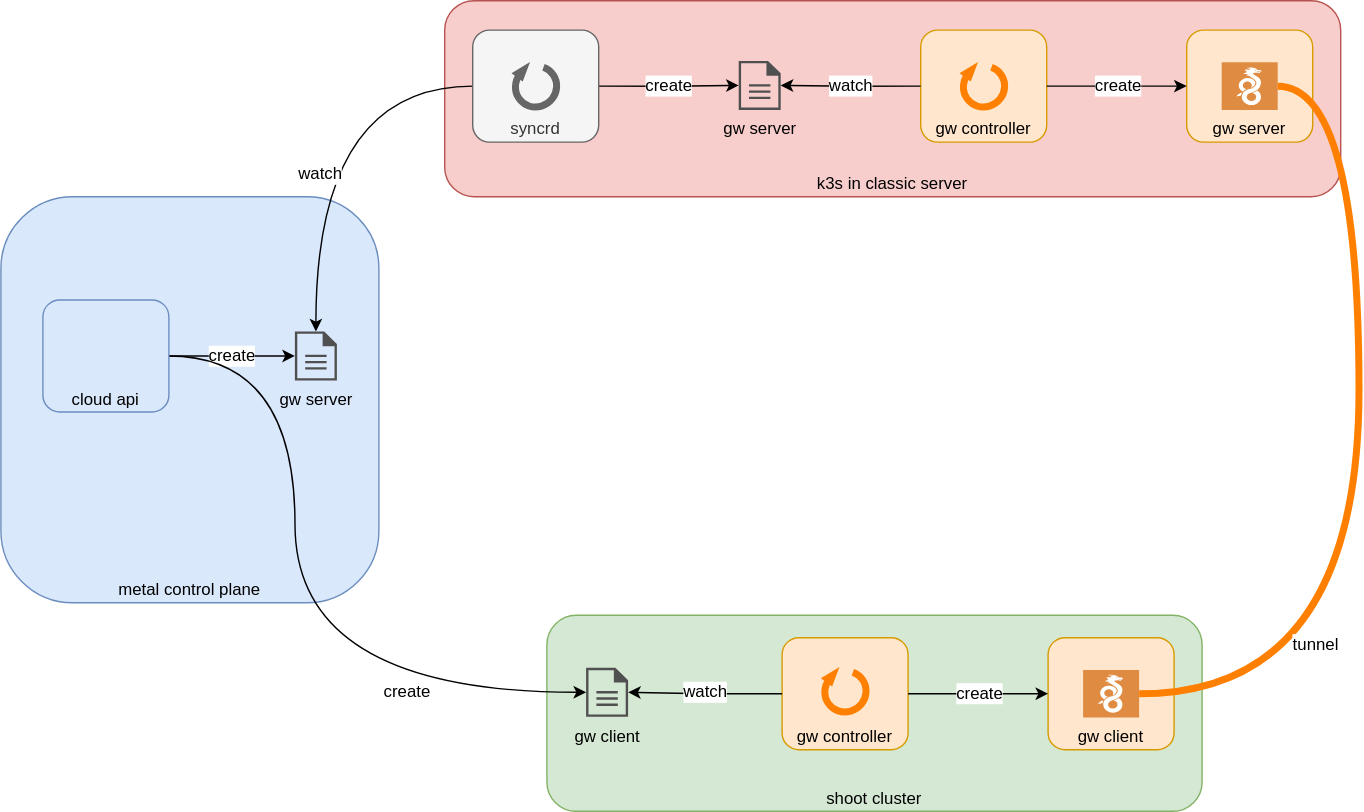
This is doc/gateway.drawio.svg from fi-ts/cloudctl, a draw.io export, as it was before one commit. Source tidied: cells renumbered, new cells last; positions are measured from the earlier drawing's top-left corner, leaving out a move shared by most shapes.
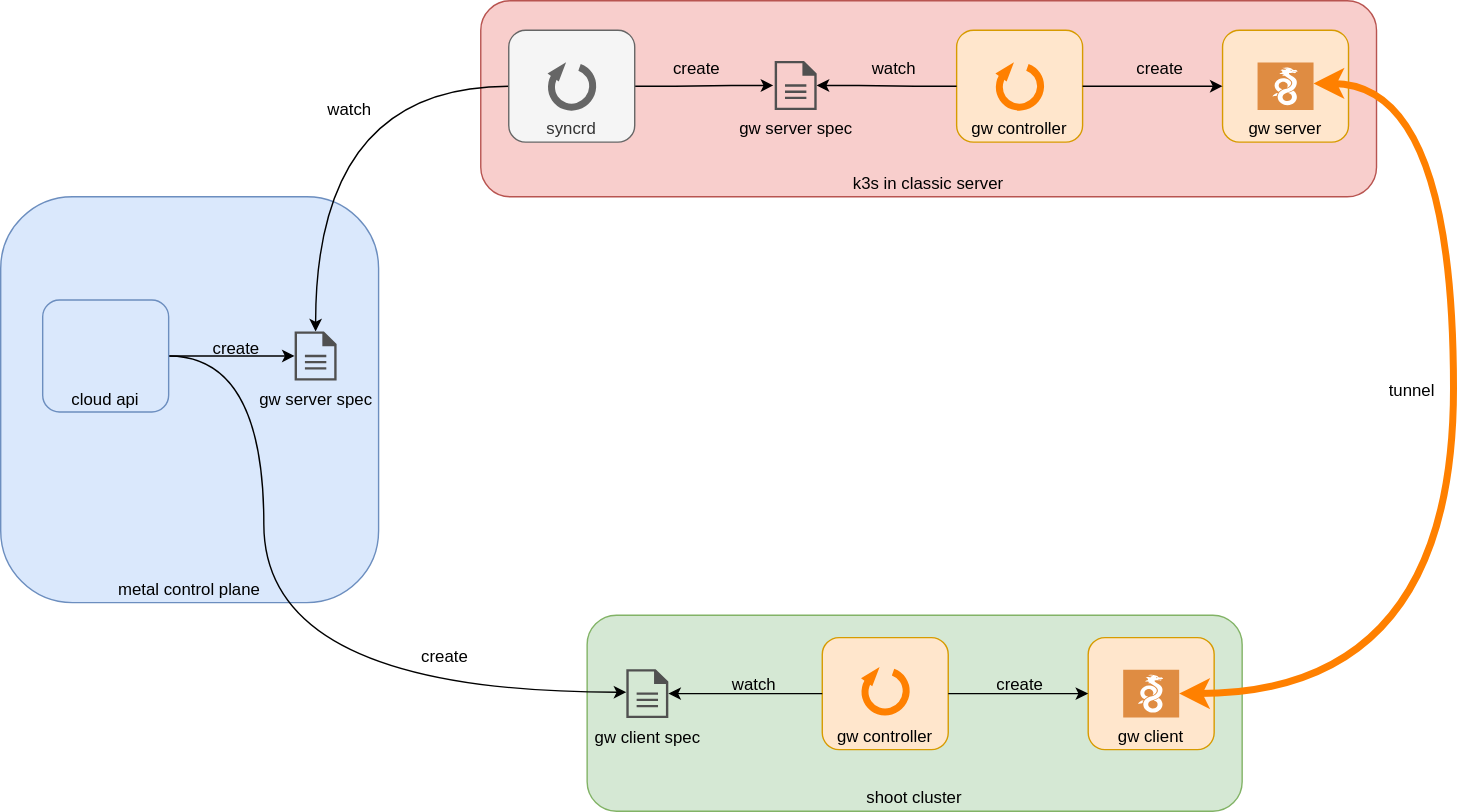
After the commit.

Commit message:
Use `gw server/client spec` to denote manifests

What changed in the source:
```diff
@@ -3,55 +3,61 @@
     <mxCell id="0" />
     <mxCell id="1" parent="0" />
     <mxCell id="2" value="metal control plane" style="rounded=1;whiteSpace=wrap;html=1;fillColor=#dae8fc;strokeColor=#6c8ebf;verticalAlign=bottom;arcSize=19;" parent="1" vertex="1">
-      <mxGeometry y="140" width="270" height="290" as="geometry" />
+      <mxGeometry x="-48" y="140" width="270" height="290" as="geometry" />
     </mxCell>
     <mxCell id="3" value="k3s in classic server" style="rounded=1;whiteSpace=wrap;html=1;fillColor=#f8cecc;strokeColor=#b85450;verticalAlign=bottom;" parent="1" vertex="1">
-      <mxGeometry x="317" width="640" height="140" as="geometry" />
+      <mxGeometry x="295" width="640" height="140" as="geometry" />
     </mxCell>
     <mxCell id="4" value="shoot cluster" style="rounded=1;whiteSpace=wrap;html=1;fillColor=#d5e8d4;strokeColor=#82b366;verticalAlign=bottom;" parent="1" vertex="1">
-      <mxGeometry x="390" y="439" width="468" height="140" as="geometry" />
+      <mxGeometry x="371" y="439" width="468" height="140" as="geometry" />
     </mxCell>
-    <mxCell id="5" value="create" style="edgeStyle=orthogonalEdgeStyle;rounded=0;jettySize=auto;html=1;exitX=1;exitY=0.5;exitDx=0;exitDy=0;fontSize=12;" parent="1" edge="1" source="8" target="15">
-      <mxGeometry relative="1" as="geometry" />
+    <mxCell id="5" value="create" style="edgeStyle=entityRelationEdgeStyle;rounded=0;orthogonalLoop=1;jettySize=auto;html=1;exitX=1;exitY=0.5;exitDx=0;exitDy=0;fontSize=12;labelBackgroundColor=none;" parent="1" edge="1">
+      <mxGeometry x="-0.08" y="12" relative="1" as="geometry">
+        <mxPoint x="404" y="61" as="sourcePoint" />
+        <mxPoint x="504" y="60.5" as="targetPoint" />
+        <mxPoint x="-1" as="offset" />
+      </mxGeometry>
     </mxCell>
     <mxCell id="6" style="edgeStyle=orthogonalEdgeStyle;rounded=0;jettySize=auto;html=1;exitX=0;exitY=0.5;exitDx=0;exitDy=0;strokeColor=#000000;fontSize=12;curved=1;" parent="1" edge="1" source="8" target="13">
       <mxGeometry relative="1" as="geometry" />
     </mxCell>
-    <mxCell id="7" value="watch" style="edgeLabel;html=1;align=center;verticalAlign=middle;fontSize=12;" parent="6" vertex="1">
-      <mxGeometry x="0.21" y="2" relative="1" as="geometry" />
+    <mxCell id="7" value="watch" style="edgeLabel;html=1;align=center;verticalAlign=middle;fontSize=12;labelBackgroundColor=none;" parent="6" vertex="1">
+      <mxGeometry x="0.21" y="2" relative="1" as="geometry">
+        <mxPoint x="21" y="-35.7" as="offset" />
+      </mxGeometry>
     </mxCell>
     <mxCell id="8" value="syncrd" style="rounded=1;whiteSpace=wrap;html=1;strokeColor=#666666;strokeWidth=1;fillColor=#f5f5f5;fontColor=#333333;verticalAlign=bottom;" parent="1" vertex="1">
-      <mxGeometry x="337" y="21" width="90" height="80" as="geometry" />
+      <mxGeometry x="315" y="21" width="90" height="80" as="geometry" />
     </mxCell>
     <mxCell id="9" style="verticalLabelPosition=bottom;html=1;verticalAlign=top;strokeWidth=5;shape=mxgraph.lean_mapping.physical_pull;direction=north;flipH=1;rotation=321;strokeColor=#666666;" parent="1" vertex="1">
-      <mxGeometry x="367" y="46" width="30" height="30" as="geometry" />
+      <mxGeometry x="345" y="46" width="30" height="30" as="geometry" />
     </mxCell>
-    <mxCell id="10" value="create" style="edgeStyle=orthogonalEdgeStyle;rounded=0;jettySize=auto;html=1;exitX=1;exitY=0.5;exitDx=0;exitDy=0;strokeColor=#000000;fontSize=12;curved=1;" parent="1" edge="1" source="12" target="13">
-      <mxGeometry relative="1" as="geometry" />
+    <mxCell id="10" value="create" style="edgeStyle=entityRelationEdgeStyle;rounded=0;jettySize=auto;html=1;exitX=1;exitY=0.5;exitDx=0;exitDy=0;strokeColor=#000000;fontSize=12;labelBackgroundColor=none;" parent="1" edge="1" source="12" target="13">
+      <mxGeometry x="0.07" y="5" relative="1" as="geometry" />
     </mxCell>
-    <mxCell id="11" value="create" style="edgeStyle=orthogonalEdgeStyle;rounded=0;jettySize=auto;html=1;exitX=1;exitY=0.5;exitDx=0;exitDy=0;strokeColor=#000000;fontSize=12;curved=1;" parent="1" edge="1" source="12" target="14">
-      <mxGeometry x="0.52" relative="1" as="geometry">
+    <mxCell id="11" value="create" style="edgeStyle=orthogonalEdgeStyle;rounded=0;jettySize=auto;html=1;exitX=1;exitY=0.5;exitDx=0;exitDy=0;strokeColor=#000000;fontSize=12;curved=1;labelBackgroundColor=none;" parent="1" edge="1" source="12" target="14">
+      <mxGeometry x="0.55" y="25" relative="1" as="geometry">
         <Array as="points">
-          <mxPoint x="210" y="254" />
-          <mxPoint x="210" y="494" />
+          <mxPoint x="140" y="254" />
+          <mxPoint x="140" y="494" />
         </Array>
         <mxPoint x="-1" as="offset" />
       </mxGeometry>
     </mxCell>
     <mxCell id="12" value="cloud api" style="rounded=1;whiteSpace=wrap;html=1;strokeColor=#6c8ebf;strokeWidth=1;fillColor=#dae8fc;verticalAlign=bottom;" parent="1" vertex="1">
-      <mxGeometry x="30" y="213.8" width="90" height="80" as="geometry" />
+      <mxGeometry x="-18" y="213.8" width="90" height="80" as="geometry" />
     </mxCell>
-    <mxCell id="13" value="gw server" style="shadow=0;dashed=0;html=1;strokeColor=none;fillColor=#505050;labelPosition=center;verticalLabelPosition=bottom;verticalAlign=top;outlineConnect=0;align=center;shape=mxgraph.office.concepts.document;" parent="1" vertex="1">
-      <mxGeometry x="210" y="236.2" width="30" height="35" as="geometry" />
+    <mxCell id="13" value="gw server spec" style="shadow=0;dashed=0;html=1;strokeColor=none;fillColor=#505050;labelPosition=center;verticalLabelPosition=bottom;verticalAlign=top;outlineConnect=0;align=center;shape=mxgraph.office.concepts.document;" parent="1" vertex="1">
+      <mxGeometry x="162" y="236.2" width="30" height="35" as="geometry" />
     </mxCell>
-    <mxCell id="14" value="gw client" style="shadow=0;dashed=0;html=1;strokeColor=none;fillColor=#505050;labelPosition=center;verticalLabelPosition=bottom;verticalAlign=top;outlineConnect=0;align=center;shape=mxgraph.office.concepts.document;" parent="1" vertex="1">
-      <mxGeometry x="418" y="476.5" width="30" height="35" as="geometry" />
+    <mxCell id="14" value="gw client spec" style="shadow=0;dashed=0;html=1;strokeColor=none;fillColor=#505050;labelPosition=center;verticalLabelPosition=bottom;verticalAlign=top;outlineConnect=0;align=center;shape=mxgraph.office.concepts.document;" parent="1" vertex="1">
+      <mxGeometry x="399" y="477.5" width="30" height="35" as="geometry" />
     </mxCell>
-    <mxCell id="15" value="gw server" style="shadow=0;dashed=0;html=1;strokeColor=none;fillColor=#505050;labelPosition=center;verticalLabelPosition=bottom;verticalAlign=top;outlineConnect=0;align=center;shape=mxgraph.office.concepts.document;" parent="1" vertex="1">
-      <mxGeometry x="527" y="43" width="30" height="35" as="geometry" />
+    <mxCell id="15" value="gw server spec" style="shadow=0;dashed=0;html=1;strokeColor=none;fillColor=#505050;labelPosition=center;verticalLabelPosition=bottom;verticalAlign=top;outlineConnect=0;align=center;shape=mxgraph.office.concepts.document;" parent="1" vertex="1">
+      <mxGeometry x="505" y="43" width="30" height="35" as="geometry" />
     </mxCell>
     <mxCell id="16" style="group;" parent="1" vertex="1">
-      <mxGeometry x="657" y="21" width="90" height="80" as="geometry" />
+      <mxGeometry x="635" y="21" width="90" height="80" as="geometry" />
     </mxCell>
     <mxCell id="17" value="gw controller" style="rounded=1;whiteSpace=wrap;html=1;fillColor=#ffe6cc;strokeColor=#d79b00;verticalAlign=bottom;" parent="16" vertex="1">
       <mxGeometry width="90" height="80" as="geometry" />
@@ -60,7 +66,7 @@
       <mxGeometry x="30" y="25" width="30" height="30" as="geometry" />
     </mxCell>
     <mxCell id="19" style="group;" parent="1" vertex="1">
-      <mxGeometry x="847" y="21" width="90" height="80" as="geometry" />
+      <mxGeometry x="825" y="21" width="90" height="80" as="geometry" />
     </mxCell>
     <mxCell id="20" value="gw server" style="rounded=1;whiteSpace=wrap;html=1;fillColor=#ffe6cc;strokeColor=#d79b00;verticalAlign=bottom;" parent="19" vertex="1">
       <mxGeometry width="90" height="80" as="geometry" />
@@ -68,14 +74,14 @@
     <mxCell id="21" style="shadow=0;dashed=0;html=1;strokeColor=none;fillColor=#DF8C42;labelPosition=center;verticalLabelPosition=bottom;verticalAlign=top;align=center;outlineConnect=0;shape=mxgraph.veeam2.wireguard;" parent="19" vertex="1">
       <mxGeometry x="25" y="23" width="40" height="34" as="geometry" />
     </mxCell>
-    <mxCell id="22" value="watch" style="edgeStyle=orthogonalEdgeStyle;rounded=0;jettySize=auto;html=1;exitX=0;exitY=0.5;exitDx=0;exitDy=0;strokeColor=#000000;fontSize=12;" parent="1" edge="1" source="17" target="15">
-      <mxGeometry relative="1" as="geometry" />
+    <mxCell id="22" value="watch" style="edgeStyle=entityRelationEdgeStyle;rounded=0;jettySize=auto;html=1;exitX=0;exitY=0.5;exitDx=0;exitDy=0;strokeColor=#000000;fontSize=12;labelBackgroundColor=none;" parent="1" edge="1" source="17" target="15">
+      <mxGeometry x="-0.1" y="-12" relative="1" as="geometry" />
     </mxCell>
-    <mxCell id="23" value="create" style="edgeStyle=orthogonalEdgeStyle;rounded=0;jettySize=auto;html=1;exitX=1;exitY=0.5;exitDx=0;exitDy=0;entryX=0;entryY=0.5;entryDx=0;entryDy=0;strokeColor=#000000;fontSize=12;" parent="1" edge="1" source="17" target="20">
-      <mxGeometry relative="1" as="geometry" />
+    <mxCell id="23" value="create" style="edgeStyle=entityRelationEdgeStyle;rounded=0;jettySize=auto;html=1;exitX=1;exitY=0.5;exitDx=0;exitDy=0;entryX=0;entryY=0.5;entryDx=0;entryDy=0;strokeColor=#000000;fontSize=12;labelBackgroundColor=none;" parent="1" edge="1" source="17" target="20">
+      <mxGeometry x="0.1" y="12" relative="1" as="geometry" />
     </mxCell>
     <mxCell id="24" style="group;" parent="1" vertex="1">
-      <mxGeometry x="748" y="455" width="90" height="80" as="geometry" />
+      <mxGeometry x="729" y="455" width="90" height="80" as="geometry" />
     </mxCell>
     <mxCell id="25" value="gw client" style="rounded=1;whiteSpace=wrap;html=1;fillColor=#ffe6cc;strokeColor=#d79b00;verticalAlign=bottom;" parent="24" vertex="1">
       <mxGeometry width="90" height="80" as="geometry" />
@@ -84,7 +90,7 @@
       <mxGeometry x="25" y="23" width="40" height="34" as="geometry" />
     </mxCell>
     <mxCell id="27" style="group;" parent="1" vertex="1">
-      <mxGeometry x="558" y="455" width="90" height="80" as="geometry" />
+      <mxGeometry x="539" y="455" width="90" height="80" as="geometry" />
     </mxCell>
     <mxCell id="28" style="group;" parent="27" vertex="1">
       <mxGeometry width="90" height="80" as="geometry" />
@@ -95,22 +101,24 @@
     <mxCell id="30" style="verticalLabelPosition=bottom;html=1;verticalAlign=top;strokeWidth=5;shape=mxgraph.lean_mapping.physical_pull;direction=north;flipH=1;rotation=321;strokeColor=#FF8000;" parent="28" vertex="1">
       <mxGeometry x="30" y="23.1" width="30" height="30" as="geometry" />
     </mxCell>
-    <mxCell id="31" value="create" style="edgeStyle=orthogonalEdgeStyle;rounded=0;jettySize=auto;html=1;exitX=1;exitY=0.5;exitDx=0;exitDy=0;strokeColor=#000000;fontSize=12;" parent="1" edge="1" source="29" target="25">
-      <mxGeometry relative="1" as="geometry" />
+    <mxCell id="31" value="create" style="edgeStyle=entityRelationEdgeStyle;rounded=0;jettySize=auto;html=1;exitX=1;exitY=0.5;exitDx=0;exitDy=0;strokeColor=#000000;fontSize=12;labelBackgroundColor=none;" parent="1" edge="1" source="29" target="25">
+      <mxGeometry x="0.02" y="6" relative="1" as="geometry" />
     </mxCell>
-    <mxCell id="32" value="watch" style="edgeStyle=orthogonalEdgeStyle;rounded=0;jettySize=auto;html=1;exitX=0;exitY=0.5;exitDx=0;exitDy=0;strokeColor=#000000;fontSize=12;" parent="1" edge="1" source="29" target="14">
-      <mxGeometry relative="1" as="geometry" />
+    <mxCell id="32" value="watch" style="edgeStyle=entityRelationEdgeStyle;rounded=0;jettySize=auto;html=1;exitX=0;exitY=0.5;exitDx=0;exitDy=0;strokeColor=#000000;fontSize=12;labelBackgroundColor=none;" parent="1" edge="1" source="29" target="14">
+      <mxGeometry x="-0.11" y="-6" relative="1" as="geometry" />
     </mxCell>
-    <mxCell id="33" style="endArrow=none;html=1;fontSize=12;edgeStyle=orthogonalEdgeStyle;curved=1;strokeColor=#FF8000;strokeWidth=5;" parent="1" edge="1" source="26" target="21">
+    <mxCell id="33" style="endArrow=classic;html=1;fontSize=12;edgeStyle=orthogonalEdgeStyle;curved=1;strokeColor=#FF8000;strokeWidth=5;endFill=1;startArrow=classic;startFill=1;" parent="1" edge="1" source="26" target="21">
       <mxGeometry relative="1" as="geometry">
         <Array as="points">
-          <mxPoint x="970" y="495" />
-          <mxPoint x="970" y="61" />
+          <mxPoint x="990" y="495" />
+          <mxPoint x="990" y="59" />
         </Array>
       </mxGeometry>
     </mxCell>
-    <mxCell id="34" value="tunnel" style="edgeLabel;html=1;align=center;verticalAlign=middle;fontSize=12;" parent="33" vertex="1">
-      <mxGeometry x="-0.61" y="36" relative="1" as="geometry" />
+    <mxCell id="34" value="tunnel" style="edgeLabel;html=1;align=center;verticalAlign=middle;fontSize=12;labelBackgroundColor=none;" parent="33" vertex="1">
+      <mxGeometry x="-0.61" y="36" relative="1" as="geometry">
+        <mxPoint x="24.7" y="-180.1" as="offset" />
+      </mxGeometry>
     </mxCell>
   </root>
 </mxGraphModel>
```
